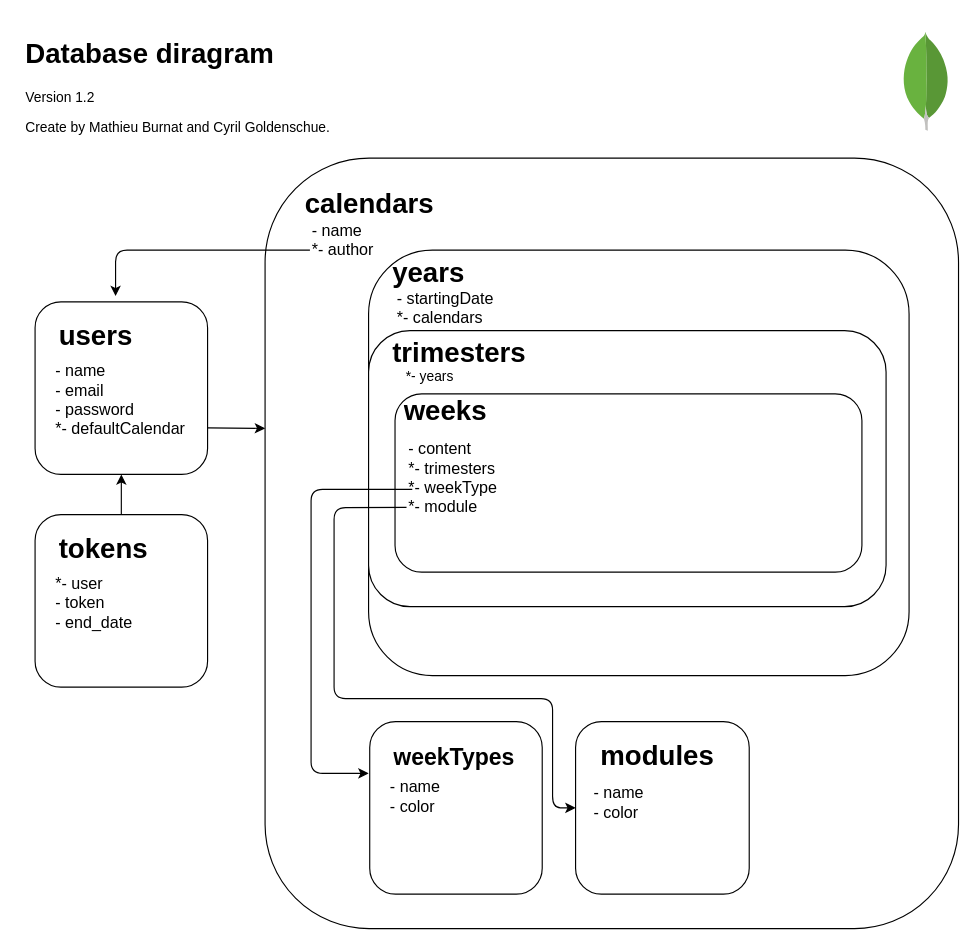
Earlier version of the draw.io diagram documentation/database/Diagram.drawio (MathieuBurnat/tech_calendar). Source tidied: cells renumbered, new cells numbered last; positions are measured from the earlier drawing's top-left corner, leaving out a move shared by most shapes. Both pictures are drawn from the tidied source at 115%, with x=0, y=0 at pixel (20, 31).
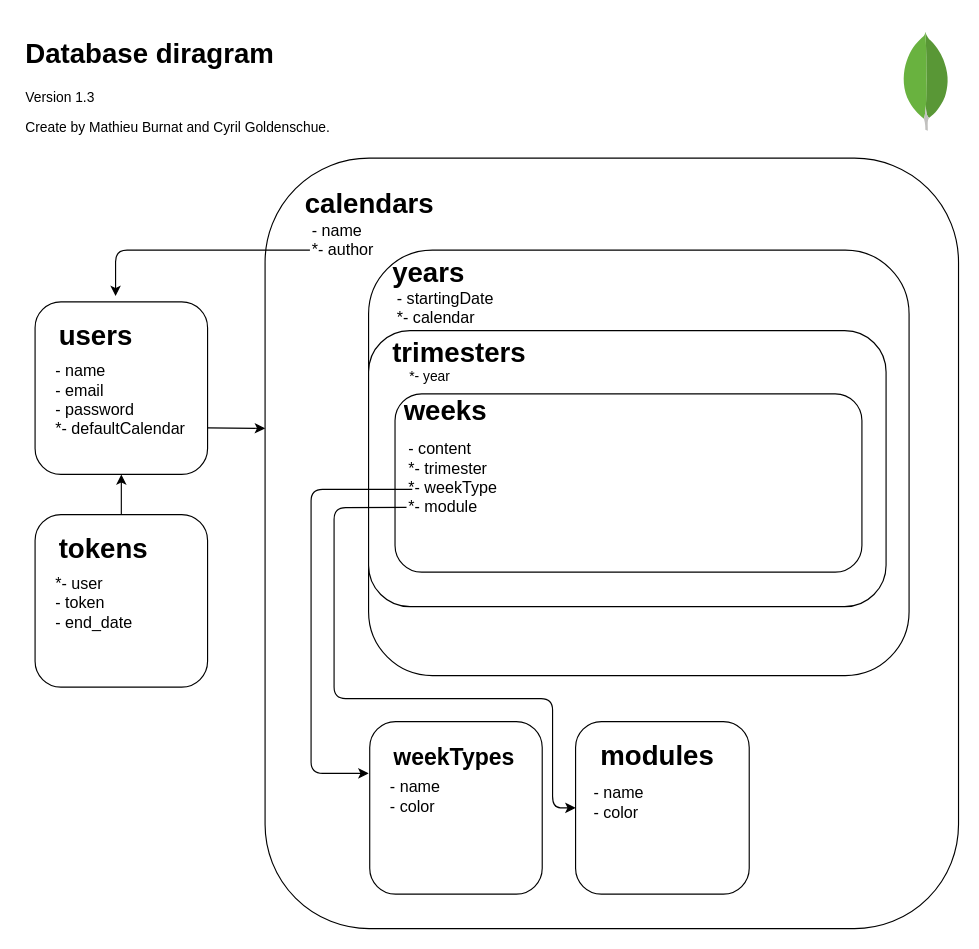
Above is the later version.

Diff of the diagram source:
```diff
@@
-    <mxCell id="13" value="&lt;font style=&quot;font-size: 14px&quot;&gt;- startingDate&lt;br&gt;&lt;/font&gt;&lt;div style=&quot;font-size: 14px&quot;&gt;*- calendars&lt;/div&gt;" style="text;html=1;strokeColor=none;fillColor=none;align=left;verticalAlign=middle;whiteSpace=wrap;rounded=0;" parent="1" vertex="1">
+    <mxCell id="13" value="&lt;font style=&quot;font-size: 14px&quot;&gt;- startingDate&lt;br&gt;&lt;/font&gt;&lt;div style=&quot;font-size: 14px&quot;&gt;*- calendar&lt;/div&gt;" style="text;html=1;strokeColor=none;fillColor=none;align=left;verticalAlign=middle;whiteSpace=wrap;rounded=0;" parent="1" vertex="1">
       <mxGeometry x="326" y="195" width="114" height="90" as="geometry" />
     </mxCell>
@@
-    <mxCell id="18" value="&lt;span style=&quot;font-size: 14px&quot;&gt;- content&lt;br&gt;*- trimesters&lt;br&gt;*- weekType&lt;br&gt;*- module&lt;br&gt;&lt;/span&gt;" style="text;html=1;strokeColor=none;fillColor=none;align=left;verticalAlign=middle;whiteSpace=wrap;rounded=0;" parent="1" vertex="1">
+    <mxCell id="18" value="&lt;span style=&quot;font-size: 14px&quot;&gt;- content&lt;br&gt;*- trimester&lt;br&gt;*- weekType&lt;br&gt;*- module&lt;br&gt;&lt;/span&gt;" style="text;html=1;strokeColor=none;fillColor=none;align=left;verticalAlign=middle;whiteSpace=wrap;rounded=0;" parent="1" vertex="1">
       <mxGeometry x="336" y="335" width="104" height="105" as="geometry" />
     </mxCell>
@@
-    <mxCell id="27" value="&lt;h1&gt;Database diragram&lt;/h1&gt;&lt;p&gt;Version 1.2&amp;nbsp;&lt;/p&gt;&lt;p&gt;Create by Mathieu Burnat and Cyril Goldenschue.&lt;/p&gt;" style="text;html=1;strokeColor=none;fillColor=none;spacing=5;spacingTop=-20;whiteSpace=wrap;overflow=hidden;rounded=0;" parent="1" vertex="1">
+    <mxCell id="27" value="&lt;h1&gt;Database diragram&lt;/h1&gt;&lt;p&gt;Version 1.3&amp;nbsp;&lt;/p&gt;&lt;p&gt;Create by Mathieu Burnat and Cyril Goldenschue.&lt;/p&gt;" style="text;html=1;strokeColor=none;fillColor=none;spacing=5;spacingTop=-20;whiteSpace=wrap;overflow=hidden;rounded=0;" parent="1" vertex="1">
       <mxGeometry width="370" height="120" as="geometry" />
     </mxCell>
@@
-    <mxCell id="32" value="*- years" style="text;html=1;strokeColor=none;fillColor=none;align=center;verticalAlign=middle;whiteSpace=wrap;rounded=0;" parent="1" vertex="1">
+    <mxCell id="32" value="*- year" style="text;html=1;strokeColor=none;fillColor=none;align=center;verticalAlign=middle;whiteSpace=wrap;rounded=0;" parent="1" vertex="1">
       <mxGeometry x="319" y="290" width="75" height="20" as="geometry" />
     </mxCell>
```
